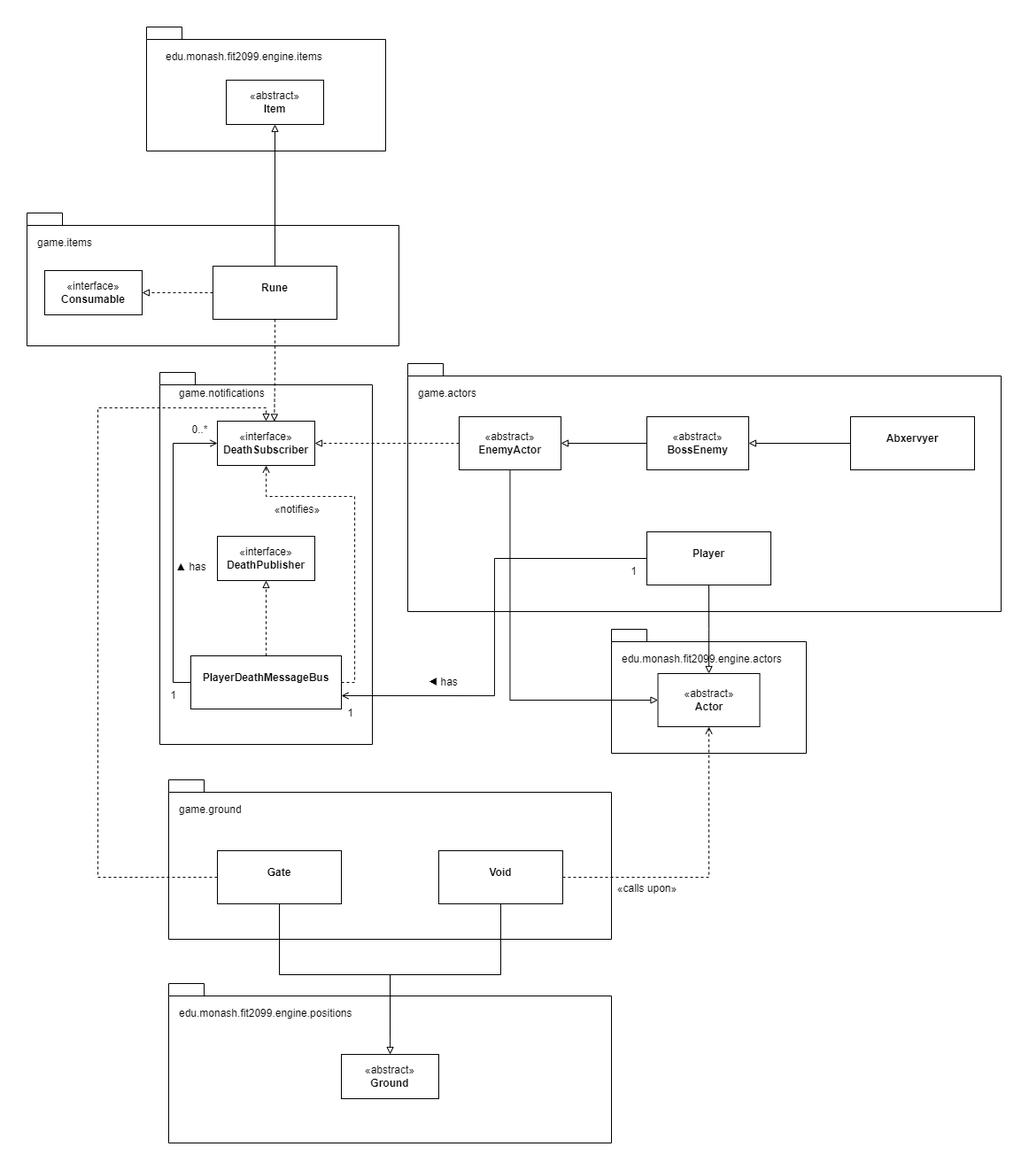
The draw.io diagram docs/design/A3/req5_UML.png in vkar143/Game, before a commit. Source tidied: cells renumbered, new cells last; positions are measured from the earlier drawing's top-left corner, leaving out a move shared by most shapes. Its diagram source:
```xml
<mxGraphModel>
  <root>
    <mxCell id="0" />
    <mxCell id="1" parent="0" />
    <mxCell id="2" style="shape=folder;fontStyle=1;spacingTop=10;tabWidth=40;tabHeight=14;tabPosition=left;html=1;whiteSpace=wrap;" parent="1" vertex="1">
      <mxGeometry x="160" y="1080" width="500" height="180" as="geometry" />
    </mxCell>
    <mxCell id="3" style="shape=folder;fontStyle=1;spacingTop=10;tabWidth=40;tabHeight=14;tabPosition=left;html=1;whiteSpace=wrap;" parent="1" vertex="1">
      <mxGeometry x="135" width="270" height="140" as="geometry" />
    </mxCell>
    <mxCell id="4" style="shape=folder;fontStyle=1;spacingTop=10;tabWidth=40;tabHeight=14;tabPosition=left;html=1;whiteSpace=wrap;" parent="1" vertex="1">
      <mxGeometry x="660" y="680" width="220" height="140" as="geometry" />
    </mxCell>
    <mxCell id="5" style="shape=folder;fontStyle=1;spacingTop=10;tabWidth=40;tabHeight=14;tabPosition=left;html=1;whiteSpace=wrap;" parent="1" vertex="1">
      <mxGeometry x="160" y="850" width="500" height="180" as="geometry" />
    </mxCell>
    <mxCell id="6" style="shape=folder;fontStyle=0;spacingTop=10;tabWidth=40;tabHeight=14;tabPosition=left;html=1;whiteSpace=wrap;" parent="1" vertex="1">
      <mxGeometry y="210" width="420" height="150" as="geometry" />
    </mxCell>
    <mxCell id="7" value="package" style="shape=folder;fontStyle=1;spacingTop=10;tabWidth=40;tabHeight=14;tabPosition=left;html=1;whiteSpace=wrap;" parent="1" vertex="1">
      <mxGeometry x="150" y="390" width="240" height="420" as="geometry" />
    </mxCell>
    <mxCell id="8" style="shape=folder;fontStyle=1;spacingTop=10;tabWidth=40;tabHeight=14;tabPosition=left;html=1;whiteSpace=wrap;" parent="1" vertex="1">
      <mxGeometry x="430" y="380" width="670" height="280" as="geometry" />
    </mxCell>
    <mxCell id="9" style="edgeStyle=orthogonalEdgeStyle;rounded=0;jettySize=auto;html=1;endArrow=block;endFill=0;dashed=1;" parent="1" edge="1" source="12" target="28">
      <mxGeometry relative="1" as="geometry" />
    </mxCell>
    <mxCell id="10" style="edgeStyle=orthogonalEdgeStyle;rounded=0;jettySize=auto;html=1;exitX=0;exitY=0.5;exitDx=0;exitDy=0;entryX=0;entryY=0.5;entryDx=0;entryDy=0;endArrow=open;endFill=0;" parent="1" edge="1" source="12" target="27">
      <mxGeometry relative="1" as="geometry" />
    </mxCell>
    <mxCell id="11" style="edgeStyle=orthogonalEdgeStyle;rounded=0;jettySize=auto;html=1;dashed=1;endArrow=open;endFill=0;" parent="1" edge="1" source="12" target="27">
      <mxGeometry relative="1" as="geometry">
        <Array as="points">
          <mxPoint x="370" y="740" />
          <mxPoint x="370" y="530" />
          <mxPoint x="270" y="530" />
        </Array>
      </mxGeometry>
    </mxCell>
    <mxCell id="12" value="&lt;p style=&quot;margin:0px;margin-top:4px;text-align:center;&quot;&gt;&lt;br&gt;&lt;b&gt;PlayerDeathMessageBus&lt;/b&gt;&lt;/p&gt;" style="verticalAlign=top;align=left;overflow=fill;fontSize=12;fontFamily=Helvetica;html=1;whiteSpace=wrap;" parent="1" vertex="1">
      <mxGeometry x="185" y="710" width="170" height="60" as="geometry" />
    </mxCell>
    <mxCell id="13" style="edgeStyle=orthogonalEdgeStyle;rounded=0;jettySize=auto;html=1;exitX=0.5;exitY=1;exitDx=0;exitDy=0;endArrow=block;endFill=0;" parent="1" edge="1" source="15" target="37">
      <mxGeometry relative="1" as="geometry">
        <Array as="points">
          <mxPoint x="770" y="680" />
          <mxPoint x="770" y="680" />
        </Array>
      </mxGeometry>
    </mxCell>
    <mxCell id="14" style="edgeStyle=orthogonalEdgeStyle;rounded=0;jettySize=auto;html=1;entryX=1;entryY=0.75;entryDx=0;entryDy=0;endArrow=open;endFill=0;" parent="1" edge="1" source="15" target="12">
      <mxGeometry relative="1" as="geometry">
        <Array as="points">
          <mxPoint x="528" y="600" />
          <mxPoint x="528" y="755" />
        </Array>
      </mxGeometry>
    </mxCell>
    <mxCell id="15" value="&lt;p style=&quot;margin:0px;margin-top:4px;text-align:center;&quot;&gt;&lt;br&gt;&lt;b&gt;Player&lt;/b&gt;&lt;/p&gt;" style="verticalAlign=top;align=left;overflow=fill;fontSize=12;fontFamily=Helvetica;html=1;whiteSpace=wrap;" parent="1" vertex="1">
      <mxGeometry x="700" y="570" width="140" height="60" as="geometry" />
    </mxCell>
    <mxCell id="16" style="edgeStyle=orthogonalEdgeStyle;rounded=0;jettySize=auto;html=1;endArrow=block;endFill=0;" parent="1" edge="1" source="17" target="36">
      <mxGeometry relative="1" as="geometry" />
    </mxCell>
    <mxCell id="17" value="&lt;p style=&quot;margin:0px;margin-top:4px;text-align:center;&quot;&gt;&lt;br&gt;&lt;b&gt;Abxervyer&lt;/b&gt;&lt;/p&gt;" style="verticalAlign=top;align=left;overflow=fill;fontSize=12;fontFamily=Helvetica;html=1;whiteSpace=wrap;" parent="1" vertex="1">
      <mxGeometry x="930" y="440" width="140" height="60" as="geometry" />
    </mxCell>
    <mxCell id="18" style="edgeStyle=orthogonalEdgeStyle;rounded=0;jettySize=auto;html=1;exitX=0;exitY=0.5;exitDx=0;exitDy=0;endArrow=block;endFill=0;dashed=1;" parent="1" edge="1" source="20" target="30">
      <mxGeometry relative="1" as="geometry" />
    </mxCell>
    <mxCell id="19" style="edgeStyle=orthogonalEdgeStyle;rounded=0;jettySize=auto;html=1;endArrow=block;endFill=0;" parent="1" edge="1" source="20" target="29">
      <mxGeometry relative="1" as="geometry" />
    </mxCell>
    <mxCell id="20" value="&lt;p style=&quot;margin:0px;margin-top:4px;text-align:center;&quot;&gt;&lt;br&gt;&lt;b&gt;Rune&lt;/b&gt;&lt;/p&gt;" style="verticalAlign=top;align=left;overflow=fill;fontSize=12;fontFamily=Helvetica;html=1;whiteSpace=wrap;" parent="1" vertex="1">
      <mxGeometry x="210" y="270" width="140" height="60" as="geometry" />
    </mxCell>
    <mxCell id="21" style="edgeStyle=orthogonalEdgeStyle;rounded=0;jettySize=auto;html=1;endArrow=none;endFill=0;" parent="1" edge="1" source="23">
      <mxGeometry relative="1" as="geometry">
        <mxPoint x="410" y="1140" as="targetPoint" />
        <Array as="points">
          <mxPoint x="535" y="1070" />
          <mxPoint x="410" y="1070" />
        </Array>
      </mxGeometry>
    </mxCell>
    <mxCell id="22" style="edgeStyle=orthogonalEdgeStyle;rounded=0;jettySize=auto;html=1;endArrow=open;endFill=0;dashed=1;" parent="1" edge="1" source="23" target="37">
      <mxGeometry relative="1" as="geometry" />
    </mxCell>
    <mxCell id="23" value="&lt;p style=&quot;margin:0px;margin-top:4px;text-align:center;&quot;&gt;&lt;br&gt;&lt;b&gt;Void&lt;/b&gt;&lt;/p&gt;" style="verticalAlign=top;align=left;overflow=fill;fontSize=12;fontFamily=Helvetica;html=1;whiteSpace=wrap;" parent="1" vertex="1">
      <mxGeometry x="465" y="930" width="140" height="60" as="geometry" />
    </mxCell>
    <mxCell id="24" style="edgeStyle=orthogonalEdgeStyle;rounded=0;jettySize=auto;html=1;endArrow=block;endFill=0;" parent="1" edge="1" source="26" target="31">
      <mxGeometry relative="1" as="geometry">
        <Array as="points">
          <mxPoint x="285" y="1070" />
          <mxPoint x="410" y="1070" />
        </Array>
      </mxGeometry>
    </mxCell>
    <mxCell id="25" style="edgeStyle=orthogonalEdgeStyle;rounded=0;jettySize=auto;html=1;exitX=0;exitY=0.5;exitDx=0;exitDy=0;entryX=0.5;entryY=0;entryDx=0;entryDy=0;endArrow=block;endFill=0;dashed=1;" parent="1" edge="1" source="26" target="27">
      <mxGeometry relative="1" as="geometry">
        <Array as="points">
          <mxPoint x="80" y="960" />
          <mxPoint x="80" y="430" />
          <mxPoint x="270" y="430" />
        </Array>
      </mxGeometry>
    </mxCell>
    <mxCell id="26" value="&lt;p style=&quot;margin:0px;margin-top:4px;text-align:center;&quot;&gt;&lt;br&gt;&lt;b&gt;Gate&lt;/b&gt;&lt;/p&gt;" style="verticalAlign=top;align=left;overflow=fill;fontSize=12;fontFamily=Helvetica;html=1;whiteSpace=wrap;" parent="1" vertex="1">
      <mxGeometry x="215" y="930" width="140" height="60" as="geometry" />
    </mxCell>
    <mxCell id="27" value="«interface»&lt;br&gt;&lt;b style=&quot;border-color: var(--darkreader-border--border-color); --darkreader-inline-border: var(--darkreader-border--darkreader-border--border-color);&quot;&gt;DeathSubscriber&lt;/b&gt;" style="html=1;whiteSpace=wrap;" parent="1" vertex="1">
      <mxGeometry x="215" y="445" width="110" height="50" as="geometry" />
    </mxCell>
    <mxCell id="28" value="«interface»&lt;br&gt;&lt;b style=&quot;border-color: var(--darkreader-border--border-color); --darkreader-inline-border: var(--darkreader-border--darkreader-border--border-color);&quot;&gt;DeathPublisher&lt;/b&gt;" style="html=1;whiteSpace=wrap;" parent="1" vertex="1">
      <mxGeometry x="215" y="575" width="110" height="50" as="geometry" />
    </mxCell>
    <mxCell id="29" value="«abstract»&lt;br&gt;&lt;b&gt;Item&lt;/b&gt;" style="html=1;whiteSpace=wrap;" parent="1" vertex="1">
      <mxGeometry x="225" y="60" width="110" height="50" as="geometry" />
    </mxCell>
    <mxCell id="30" value="«interface»&lt;br&gt;&lt;b&gt;Consumable&lt;/b&gt;" style="html=1;whiteSpace=wrap;" parent="1" vertex="1">
      <mxGeometry x="20" y="275" width="110" height="50" as="geometry" />
    </mxCell>
    <mxCell id="31" value="«abstract»&lt;br&gt;&lt;b&gt;Ground&lt;/b&gt;" style="html=1;whiteSpace=wrap;" parent="1" vertex="1">
      <mxGeometry x="355" y="1160" width="110" height="50" as="geometry" />
    </mxCell>
    <mxCell id="32" style="edgeStyle=orthogonalEdgeStyle;rounded=0;jettySize=auto;html=1;entryX=0;entryY=0.5;entryDx=0;entryDy=0;endArrow=block;endFill=0;" parent="1" edge="1" source="34" target="37">
      <mxGeometry relative="1" as="geometry">
        <Array as="points">
          <mxPoint x="546" y="760" />
        </Array>
      </mxGeometry>
    </mxCell>
    <mxCell id="33" style="edgeStyle=orthogonalEdgeStyle;rounded=0;jettySize=auto;html=1;entryX=1;entryY=0.5;entryDx=0;entryDy=0;endArrow=block;endFill=0;dashed=1;" parent="1" edge="1" source="34" target="27">
      <mxGeometry relative="1" as="geometry" />
    </mxCell>
    <mxCell id="34" value="«abstract»&lt;br&gt;&lt;b style=&quot;border-color: var(--darkreader-border--border-color); --darkreader-inline-border: var(--darkreader-border--darkreader-border--border-color);&quot;&gt;EnemyActor&lt;/b&gt;" style="html=1;whiteSpace=wrap;" parent="1" vertex="1">
      <mxGeometry x="488" y="440" width="115" height="60" as="geometry" />
    </mxCell>
    <mxCell id="35" style="edgeStyle=orthogonalEdgeStyle;rounded=0;jettySize=auto;html=1;endArrow=block;endFill=0;" parent="1" edge="1" source="36" target="34">
      <mxGeometry relative="1" as="geometry" />
    </mxCell>
    <mxCell id="36" value="«abstract»&lt;br&gt;&lt;b style=&quot;border-color: var(--darkreader-border--border-color); --darkreader-inline-border: var(--darkreader-border--darkreader-border--border-color);&quot;&gt;BossEnemy&lt;/b&gt;" style="html=1;whiteSpace=wrap;" parent="1" vertex="1">
      <mxGeometry x="700" y="440" width="115" height="60" as="geometry" />
    </mxCell>
    <mxCell id="37" value="«abstract»&lt;br&gt;&lt;b style=&quot;border-color: var(--darkreader-border--border-color); --darkreader-inline-border: var(--darkreader-border--darkreader-border--border-color);&quot;&gt;Actor&lt;/b&gt;" style="html=1;whiteSpace=wrap;" parent="1" vertex="1">
      <mxGeometry x="712.5" y="730" width="115" height="60" as="geometry" />
    </mxCell>
    <mxCell id="38" value="edu.monash.fit2099.engine.actors" style="text;whiteSpace=wrap;" parent="1" vertex="1">
      <mxGeometry x="670" y="700" width="210" height="40" as="geometry" />
    </mxCell>
    <mxCell id="39" value="edu.monash.fit2099.engine.positions" style="text;whiteSpace=wrap;" parent="1" vertex="1">
      <mxGeometry x="170" y="1100" width="230" height="60" as="geometry" />
    </mxCell>
    <mxCell id="40" value="edu.monash.fit2099.engine.items" style="text;whiteSpace=wrap;" parent="1" vertex="1">
      <mxGeometry x="155" y="20" width="230" height="40" as="geometry" />
    </mxCell>
    <mxCell id="41" value="game.items" style="text;whiteSpace=wrap;" parent="1" vertex="1">
      <mxGeometry x="10" y="230" width="100" height="40" as="geometry" />
    </mxCell>
    <mxCell id="42" value="game.notifications" style="text;whiteSpace=wrap;" parent="1" vertex="1">
      <mxGeometry x="170" y="400" width="100" height="40" as="geometry" />
    </mxCell>
    <mxCell id="43" value="game.ground" style="text;whiteSpace=wrap;" parent="1" vertex="1">
      <mxGeometry x="170" y="870" width="100" height="40" as="geometry" />
    </mxCell>
    <mxCell id="44" value="game.actors" style="text;whiteSpace=wrap;" parent="1" vertex="1">
      <mxGeometry x="440" y="400" width="100" height="40" as="geometry" />
    </mxCell>
    <mxCell id="45" style="edgeStyle=orthogonalEdgeStyle;rounded=0;jettySize=auto;html=1;exitX=0.5;exitY=1;exitDx=0;exitDy=0;entryX=0.584;entryY=0.008;entryDx=0;entryDy=0;entryPerimeter=0;endArrow=block;endFill=0;dashed=1;" parent="1" edge="1" source="20" target="27">
      <mxGeometry relative="1" as="geometry" />
    </mxCell>
    <mxCell id="46" value="1" style="text;html=1;align=center;verticalAlign=middle;strokeColor=none;fillColor=none;" parent="1" vertex="1">
      <mxGeometry x="350" y="760" width="30" height="30" as="geometry" />
    </mxCell>
    <mxCell id="47" value="1" style="text;html=1;align=center;verticalAlign=middle;strokeColor=none;fillColor=none;" parent="1" vertex="1">
      <mxGeometry x="670" y="600" width="30" height="30" as="geometry" />
    </mxCell>
    <mxCell id="48" value="◀ has" style="text;html=1;align=center;verticalAlign=middle;strokeColor=none;fillColor=none;" parent="1" vertex="1">
      <mxGeometry x="440" y="725" width="60" height="30" as="geometry" />
    </mxCell>
    <mxCell id="49" value="▲ has" style="text;html=1;align=center;verticalAlign=middle;strokeColor=none;fillColor=none;" parent="1" vertex="1">
      <mxGeometry x="155" y="595" width="60" height="30" as="geometry" />
    </mxCell>
    <mxCell id="50" value="0..*" style="text;html=1;align=center;verticalAlign=middle;strokeColor=none;fillColor=none;" parent="1" vertex="1">
      <mxGeometry x="175" y="440" width="40" height="30" as="geometry" />
    </mxCell>
    <mxCell id="51" value="1" style="text;html=1;align=center;verticalAlign=middle;strokeColor=none;fillColor=none;" parent="1" vertex="1">
      <mxGeometry x="150" y="740" width="30" height="30" as="geometry" />
    </mxCell>
    <mxCell id="52" value="«calls upon»" style="text;html=1;align=center;verticalAlign=middle;strokeColor=none;fillColor=none;" parent="1" vertex="1">
      <mxGeometry x="655" y="958" width="90" height="30" as="geometry" />
    </mxCell>
    <mxCell id="53" value="«notifies»" style="text;html=1;align=center;verticalAlign=middle;strokeColor=none;fillColor=none;" parent="1" vertex="1">
      <mxGeometry x="270" y="530" width="70" height="30" as="geometry" />
    </mxCell>
  </root>
</mxGraphModel>
```
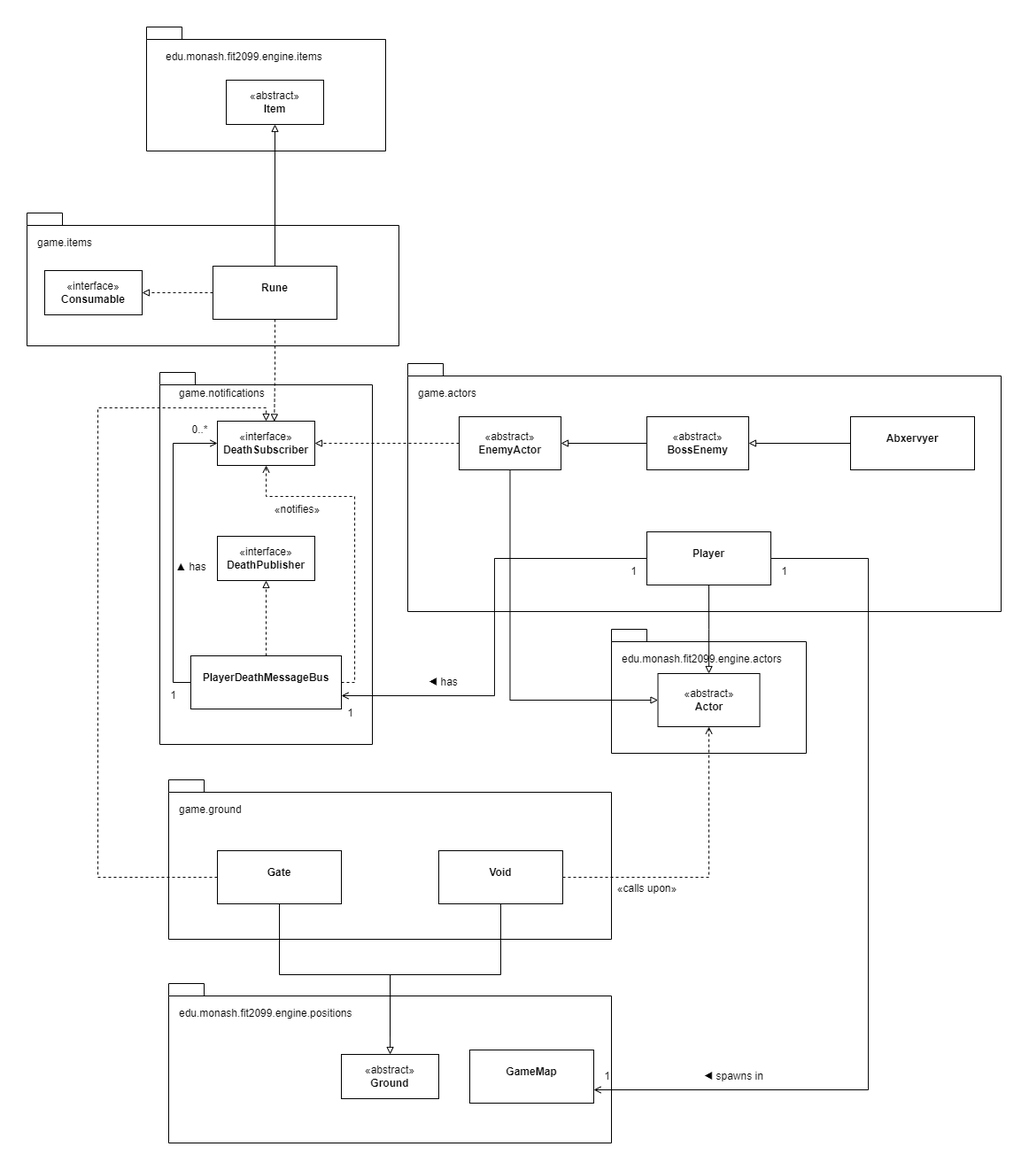
The same file after the commit.

What changed in the source:
```diff
@@ -57,6 +57,14 @@
         </Array>
       </mxGeometry>
     </mxCell>
+    <mxCell id="54" style="edgeStyle=orthogonalEdgeStyle;rounded=0;jettySize=auto;html=1;entryX=1;entryY=0.75;entryDx=0;entryDy=0;endArrow=open;endFill=0;" parent="1" edge="1" source="15" target="55">
+      <mxGeometry relative="1" as="geometry">
+        <Array as="points">
+          <mxPoint x="950" y="600" />
+          <mxPoint x="950" y="1200" />
+        </Array>
+      </mxGeometry>
+    </mxCell>
     <mxCell id="15" value="&lt;p style=&quot;margin:0px;margin-top:4px;text-align:center;&quot;&gt;&lt;br&gt;&lt;b&gt;Player&lt;/b&gt;&lt;/p&gt;" style="verticalAlign=top;align=left;overflow=fill;fontSize=12;fontFamily=Helvetica;html=1;whiteSpace=wrap;" parent="1" vertex="1">
       <mxGeometry x="700" y="570" width="140" height="60" as="geometry" />
     </mxCell>
@@ -195,5 +203,17 @@
     <mxCell id="53" value="«notifies»" style="text;html=1;align=center;verticalAlign=middle;strokeColor=none;fillColor=none;" parent="1" vertex="1">
       <mxGeometry x="270" y="530" width="70" height="30" as="geometry" />
     </mxCell>
+    <mxCell id="55" value="&lt;p style=&quot;margin:0px;margin-top:4px;text-align:center;&quot;&gt;&lt;br&gt;&lt;b&gt;GameMap&lt;/b&gt;&lt;/p&gt;" style="verticalAlign=top;align=left;overflow=fill;fontSize=12;fontFamily=Helvetica;html=1;whiteSpace=wrap;" parent="1" vertex="1">
+      <mxGeometry x="500" y="1155" width="140" height="60" as="geometry" />
+    </mxCell>
+    <mxCell id="56" value="1" style="text;html=1;align=center;verticalAlign=middle;strokeColor=none;fillColor=none;" parent="1" vertex="1">
+      <mxGeometry x="840" y="600" width="30" height="30" as="geometry" />
+    </mxCell>
+    <mxCell id="57" value="1" style="text;html=1;align=center;verticalAlign=middle;strokeColor=none;fillColor=none;" parent="1" vertex="1">
+      <mxGeometry x="640" y="1170" width="30" height="30" as="geometry" />
+    </mxCell>
+    <mxCell id="58" value="◀ spawns in" style="text;html=1;align=center;verticalAlign=middle;strokeColor=none;fillColor=none;" parent="1" vertex="1">
+      <mxGeometry x="752.5" y="1170" width="90" height="30" as="geometry" />
+    </mxCell>
   </root>
 </mxGraphModel>
```
